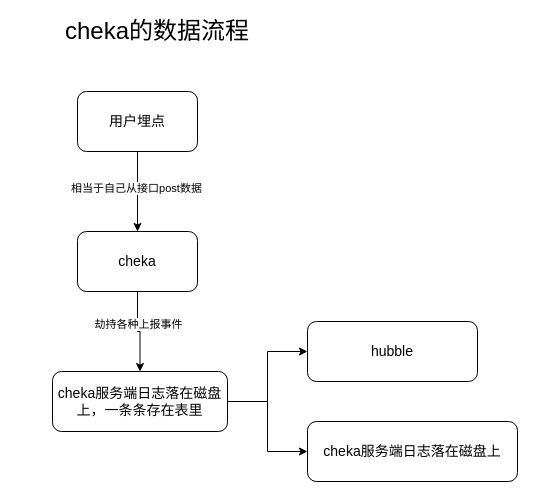
Earlier version of the draw.io diagram cheka.drawio (AnneLau/-algorithm_bubble). Source tidied: cells renumbered, new cells numbered last; positions are measured from the earlier drawing's top-left corner, leaving out a move shared by most shapes. Both pictures are drawn from the tidied source at 100%, with x=0, y=0 at pixel (17, 21).
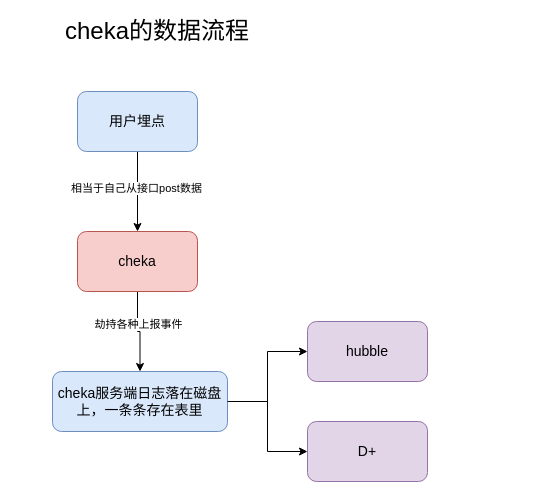
The same page after the edit.

Diff of the diagram source:
```diff
@@
 <mxGraphModel>
   <root>
     <mxCell id="0" />
     <mxCell id="1" parent="0" />
     <mxCell id="2" style="edgeStyle=orthogonalEdgeStyle;rounded=0;jettySize=auto;html=1;" parent="1" edge="1" source="4" target="8">
       <mxGeometry relative="1" as="geometry" />
     </mxCell>
     <mxCell id="3" value="相当于自己从接口post数据" style="edgeLabel;html=1;align=center;verticalAlign=middle;" parent="2" vertex="1">
       <mxGeometry x="-0.1" y="-2" relative="1" as="geometry" />
     </mxCell>
-    <mxCell id="4" value="&lt;font style=&quot;font-size: 14px&quot;&gt;用户埋点&lt;/font&gt;" style="rounded=1;whiteSpace=wrap;html=1;" parent="1" vertex="1">
+    <mxCell id="4" value="&lt;font style=&quot;font-size: 14px&quot;&gt;用户埋点&lt;/font&gt;" style="rounded=1;whiteSpace=wrap;html=1;fillColor=#dae8fc;strokeColor=#6c8ebf;" parent="1" vertex="1">
       <mxGeometry x="60" y="70" width="120" height="60" as="geometry" />
     </mxCell>
     <mxCell id="5" value="&lt;font style=&quot;font-size: 24px&quot;&gt;cheka的数据流程&lt;/font&gt;" style="text;html=1;strokeColor=none;fillColor=none;align=center;verticalAlign=middle;whiteSpace=wrap;rounded=0;" parent="1" vertex="1">
       <mxGeometry width="280" height="20" as="geometry" />
     </mxCell>
     <mxCell id="6" style="edgeStyle=orthogonalEdgeStyle;rounded=0;jettySize=auto;html=1;" parent="1" edge="1" source="8" target="10">
       <mxGeometry relative="1" as="geometry" />
     </mxCell>
     <mxCell id="7" value="劫持各种上报事件" style="edgeLabel;html=1;align=center;verticalAlign=middle;" parent="6" vertex="1">
       <mxGeometry x="-0.23" relative="1" as="geometry" />
     </mxCell>
-    <mxCell id="8" value="&lt;font style=&quot;font-size: 14px&quot;&gt;cheka&lt;/font&gt;" style="whiteSpace=wrap;html=1;rounded=1;" parent="1" vertex="1">
+    <mxCell id="8" value="&lt;font style=&quot;font-size: 14px&quot;&gt;cheka&lt;/font&gt;" style="whiteSpace=wrap;html=1;rounded=1;fillColor=#f8cecc;strokeColor=#b85450;" parent="1" vertex="1">
       <mxGeometry x="60" y="210" width="120" height="60" as="geometry" />
     </mxCell>
     <mxCell id="9" style="edgeStyle=orthogonalEdgeStyle;rounded=0;jettySize=auto;html=1;" parent="1" edge="1" source="10" target="11">
       <mxGeometry relative="1" as="geometry">
         <Array as="points">
           <mxPoint x="250" y="380" />
           <mxPoint x="250" y="330" />
         </Array>
       </mxGeometry>
     </mxCell>
-    <mxCell id="10" value="&lt;font style=&quot;font-size: 14px&quot;&gt;cheka服务端日志落在磁盘上，一条条存在表里&lt;/font&gt;" style="whiteSpace=wrap;html=1;rounded=1;" parent="1" vertex="1">
+    <mxCell id="10" value="&lt;font style=&quot;font-size: 14px&quot;&gt;cheka服务端日志落在磁盘上，一条条存在表里&lt;/font&gt;" style="whiteSpace=wrap;html=1;rounded=1;fillColor=#dae8fc;strokeColor=#6c8ebf;" parent="1" vertex="1">
       <mxGeometry x="35" y="350" width="175" height="60" as="geometry" />
     </mxCell>
-    <mxCell id="11" value="&lt;font style=&quot;font-size: 14px&quot;&gt;hubble&lt;/font&gt;" style="whiteSpace=wrap;html=1;rounded=1;" parent="1" vertex="1">
-      <mxGeometry x="290" y="300" width="170" height="60" as="geometry" />
+    <mxCell id="11" value="&lt;font style=&quot;font-size: 14px&quot;&gt;hubble&lt;/font&gt;" style="whiteSpace=wrap;html=1;rounded=1;fillColor=#e1d5e7;strokeColor=#9673a6;" parent="1" vertex="1">
+      <mxGeometry x="290" y="300" width="120" height="60" as="geometry" />
     </mxCell>
     <mxCell id="12" style="edgeStyle=orthogonalEdgeStyle;rounded=0;jettySize=auto;html=1;" parent="1" edge="1" source="10" target="13">
       <mxGeometry relative="1" as="geometry" />
     </mxCell>
-    <mxCell id="13" value="&lt;font style=&quot;font-size: 14px&quot;&gt;cheka服务端日志落在磁盘上&lt;/font&gt;" style="whiteSpace=wrap;html=1;rounded=1;" parent="1" vertex="1">
-      <mxGeometry x="290" y="400" width="210" height="60" as="geometry" />
+    <mxCell id="13" value="&lt;span style=&quot;font-size: 14px&quot;&gt;D+&lt;/span&gt;" style="whiteSpace=wrap;html=1;rounded=1;fillColor=#e1d5e7;strokeColor=#9673a6;" parent="1" vertex="1">
+      <mxGeometry x="290" y="400" width="120" height="60" as="geometry" />
     </mxCell>
   </root>
 </mxGraphModel>
```
